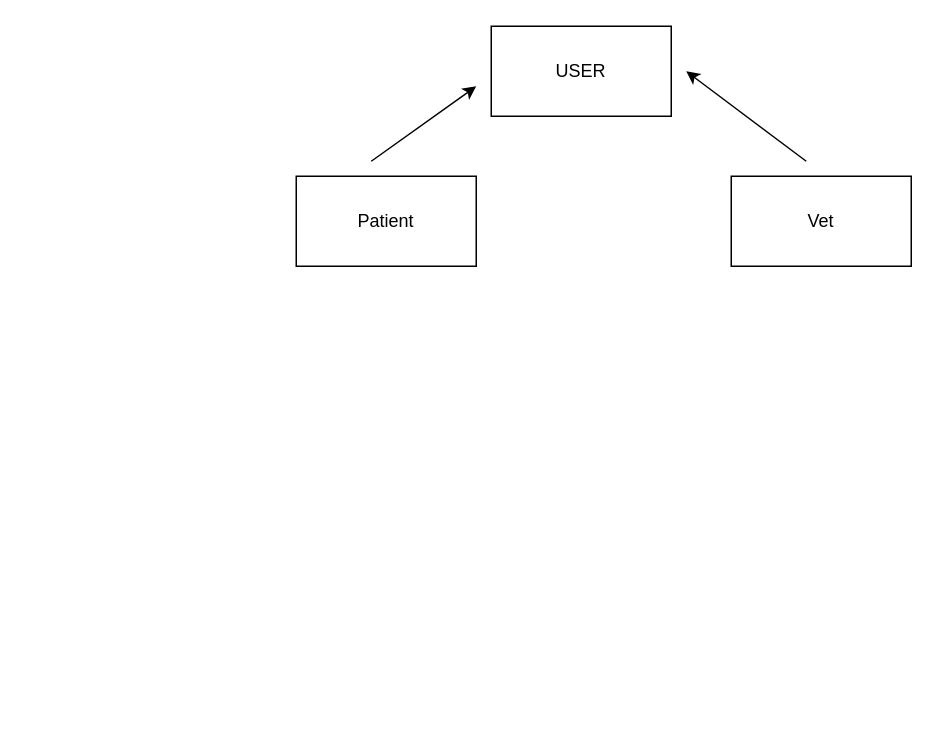
The draw.io diagram pet-care/src/main/java/com/majesty/pet_care/diagram/diagram.drawio in jacob-majesty/pet-care, before the edit. Source tidied: cells renumbered, new cells numbered last; positions are measured from the earlier drawing's top-left corner, leaving out a move shared by most shapes. Both pictures are drawn from the tidied source at 150%, with x=0, y=0 at pixel (296, 26).
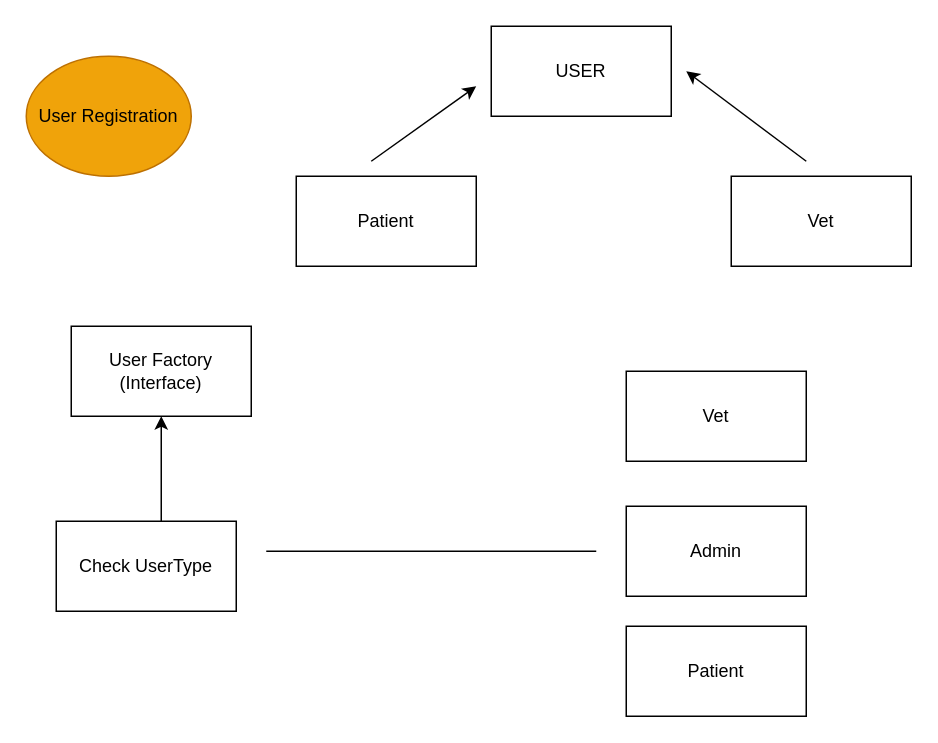
Above is the later version.

Commit message (it also covers changes not shown here):
Creating the User Factory entities

Diff of the diagram source:
```diff
@@
 <mxGraphModel>
   <root>
     <mxCell id="0" />
     <mxCell id="1" parent="0" />
     <mxCell id="2" value="USER" style="rounded=0;whiteSpace=wrap;html=1;" parent="1" vertex="1">
       <mxGeometry x="130" width="120" height="60" as="geometry" />
     </mxCell>
     <mxCell id="3" value="Patient" style="rounded=0;whiteSpace=wrap;html=1;" parent="1" vertex="1">
       <mxGeometry y="100" width="120" height="60" as="geometry" />
     </mxCell>
     <mxCell id="4" value="Vet" style="rounded=0;whiteSpace=wrap;html=1;" parent="1" vertex="1">
       <mxGeometry x="290" y="100" width="120" height="60" as="geometry" />
     </mxCell>
     <mxCell id="5" style="endArrow=classic;html=1;" parent="1" edge="1">
       <mxGeometry relative="1" as="geometry">
         <mxPoint x="50" y="90" as="sourcePoint" />
         <mxPoint x="120" y="40" as="targetPoint" />
       </mxGeometry>
     </mxCell>
     <mxCell id="6" style="endArrow=classic;html=1;" parent="1" edge="1">
       <mxGeometry relative="1" as="geometry">
         <mxPoint x="340" y="90" as="sourcePoint" />
         <mxPoint x="260" y="30" as="targetPoint" />
       </mxGeometry>
     </mxCell>
+    <mxCell id="7" value="User Factory&lt;br&gt;(Interface)" style="rounded=0;whiteSpace=wrap;html=1;" parent="1" vertex="1">
+      <mxGeometry x="-150" y="200" width="120" height="60" as="geometry" />
+    </mxCell>
+    <mxCell id="8" value="Check UserType" style="whiteSpace=wrap;html=1;rounded=0;" parent="1" vertex="1">
+      <mxGeometry x="-160" y="330" width="120" height="60" as="geometry" />
+    </mxCell>
+    <mxCell id="9" value="Admin" style="whiteSpace=wrap;html=1;rounded=0;" parent="1" vertex="1">
+      <mxGeometry x="220" y="320" width="120" height="60" as="geometry" />
+    </mxCell>
+    <mxCell id="10" value="Vet" style="whiteSpace=wrap;html=1;rounded=0;" parent="1" vertex="1">
+      <mxGeometry x="220" y="230" width="120" height="60" as="geometry" />
+    </mxCell>
+    <mxCell id="11" value="Patient" style="whiteSpace=wrap;html=1;rounded=0;" parent="1" vertex="1">
+      <mxGeometry x="220" y="400" width="120" height="60" as="geometry" />
+    </mxCell>
+    <mxCell id="12" style="edgeStyle=none;html=1;" parent="1" edge="1">
+      <mxGeometry relative="1" as="geometry">
+        <mxPoint x="-90" y="330" as="sourcePoint" />
+        <mxPoint x="-90" y="260" as="targetPoint" />
+      </mxGeometry>
+    </mxCell>
+    <mxCell id="13" style="endArrow=none;html=1;" parent="1" edge="1">
+      <mxGeometry relative="1" as="geometry">
+        <mxPoint x="-20" y="350" as="sourcePoint" />
+        <mxPoint x="200" y="350" as="targetPoint" />
+      </mxGeometry>
+    </mxCell>
+    <mxCell id="14" value="User Registration" style="ellipse;whiteSpace=wrap;html=1;fillColor=#f0a30a;fontColor=#000000;strokeColor=#BD7000;" parent="1" vertex="1">
+      <mxGeometry x="-180" y="20" width="110" height="80" as="geometry" />
+    </mxCell>
   </root>
 </mxGraphModel>
```
